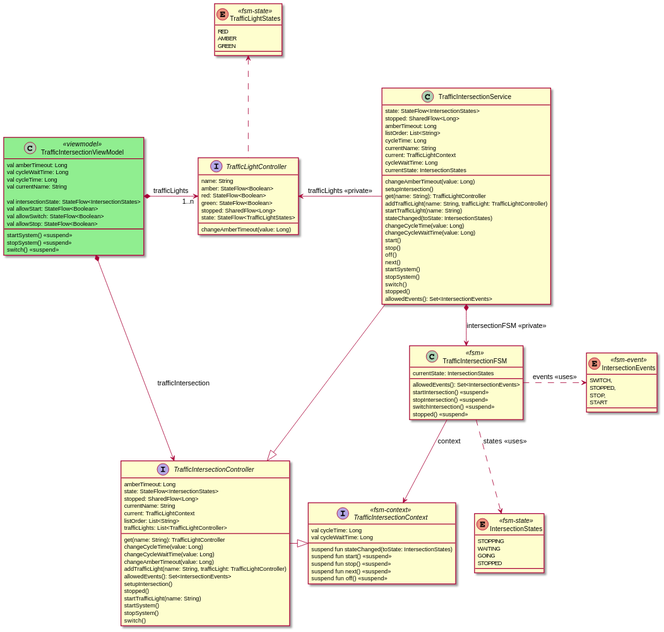
This is traffic-intersection-model.svg from open-jumpco/kfsm-mpp-compose-traffic, a PlantUML export, as it was before one commit.
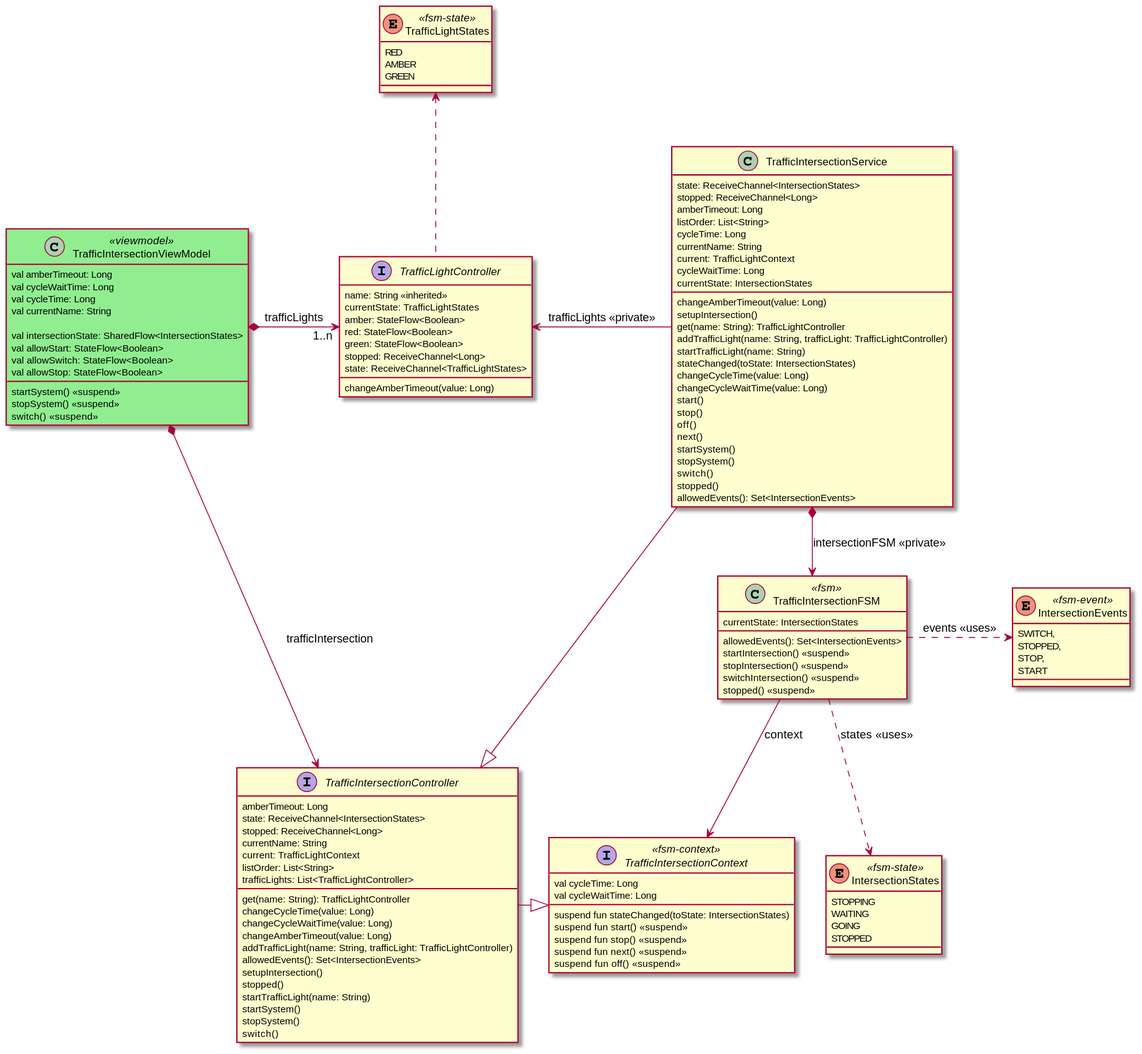
Later version of the same file.

The edit, as a diff of the source:
```diff
@@ -7,12 +7,13 @@
 }
 
 interface TrafficLightController {
-    name: String
+    name: String <<inherited>>
+    currentState: TrafficLightStates
     amber: StateFlow<Boolean>
     red: StateFlow<Boolean>
     green: StateFlow<Boolean>
-    stopped: SharedFlow<Long>
-    state: StateFlow<TrafficLightStates>
+    stopped: ReceiveChannel<Long>
+    state: ReceiveChannel<TrafficLightStates>
     changeAmberTimeout(value: Long)
 }
 
@@ -57,8 +58,8 @@
 
 interface TrafficIntersectionController {
     amberTimeout: Long
-    state: StateFlow<IntersectionStates>
-    stopped: SharedFlow<Long>
+    state: ReceiveChannel<IntersectionStates>
+    stopped: ReceiveChannel<Long>
     currentName: String
     current: TrafficLightContext
     listOrder: List<String>
@@ -80,8 +81,8 @@
 TrafficIntersectionController -right-|> TrafficIntersectionContext
 
 class TrafficIntersectionService {
-    state: StateFlow<IntersectionStates>
-    stopped: SharedFlow<Long>
+    state: ReceiveChannel<IntersectionStates>
+    stopped: ReceiveChannel<Long>
     amberTimeout: Long
     changeAmberTimeout(value: Long)
     setupIntersection()
@@ -118,7 +119,7 @@
     val cycleTime: Long
     val currentName: String
 
-    val intersectionState: StateFlow<IntersectionStates>
+    val intersectionState: SharedFlow<IntersectionStates>
     val allowStart: StateFlow<Boolean>
     val allowSwitch: StateFlow<Boolean>
     val allowStop: StateFlow<Boolean>
```
